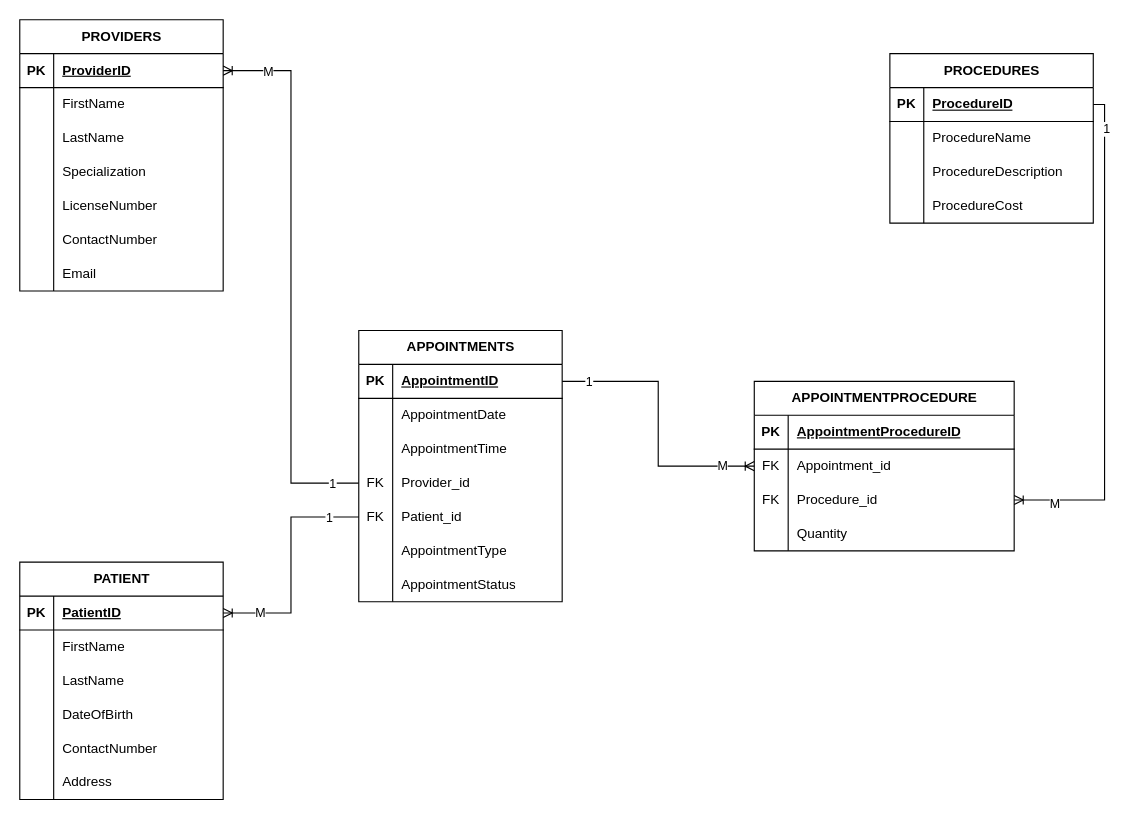
Above: page "Normalized ModelCapstone" (6 of 7) of SP703.drawio in vinsanity2022/ERD_SP703 (draw.io), before the change. Source tidied: cells renumbered, new cells numbered last; positions are measured from the earlier drawing's top-left corner, leaving out a move shared by most shapes. Both pictures are drawn from the tidied source at 113%, with x=0, y=0 at pixel (19, 19).
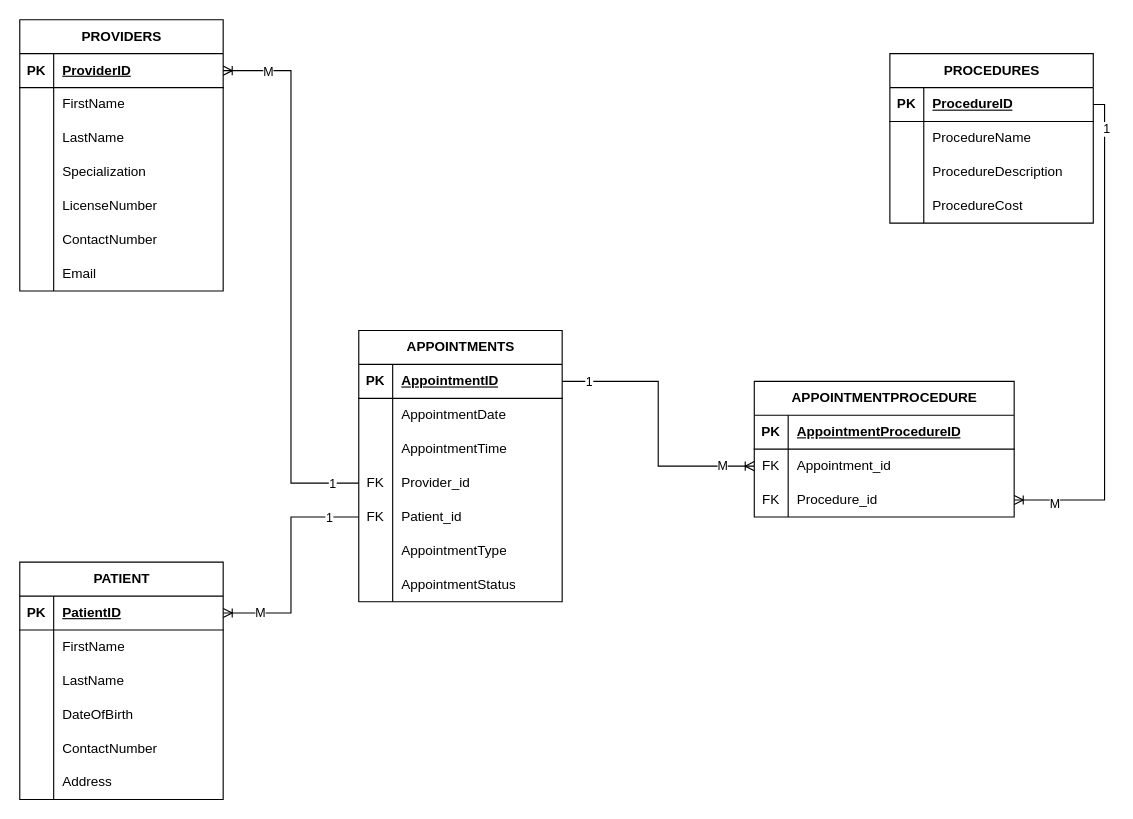
The same page after the edit.

Change to the diagram source:
```diff
@@
     <mxCell id="84" value="APPOINTMENTPROCEDURE" style="shape=table;startSize=30;childLayout=tableLayout;rowLines=0;fontStyle=1;align=center;html=1;" parent="1" vertex="1">
-      <mxGeometry x="650" y="320" width="230" height="150" as="geometry" />
+      <mxGeometry x="650" y="320" width="230" height="120" as="geometry" />
     </mxCell>
@@
-    <mxCell id="94" style="shape=tableRow;horizontal=0;startSize=0;swimlaneHead=0;swimlaneBody=0;fillColor=none;top=0;left=0;right=0;bottom=0;" parent="84" vertex="1">
-      <mxGeometry y="120" width="230" height="30" as="geometry" />
-    </mxCell>
-    <mxCell id="95" style="shape=partialRectangle;fillColor=none;top=0;left=0;bottom=0;right=0;overflow=hidden;whiteSpace=wrap;html=1;" parent="94" vertex="1">
-      <mxGeometry width="30" height="30" as="geometry" />
-    </mxCell>
-    <mxCell id="96" value="Quantity" style="shape=partialRectangle;fillColor=none;top=0;left=0;bottom=0;right=0;align=left;spacingLeft=6;overflow=hidden;whiteSpace=wrap;html=1;" parent="94" vertex="1">
-      <mxGeometry x="30" width="200" height="30" as="geometry" />
-    </mxCell>
```
